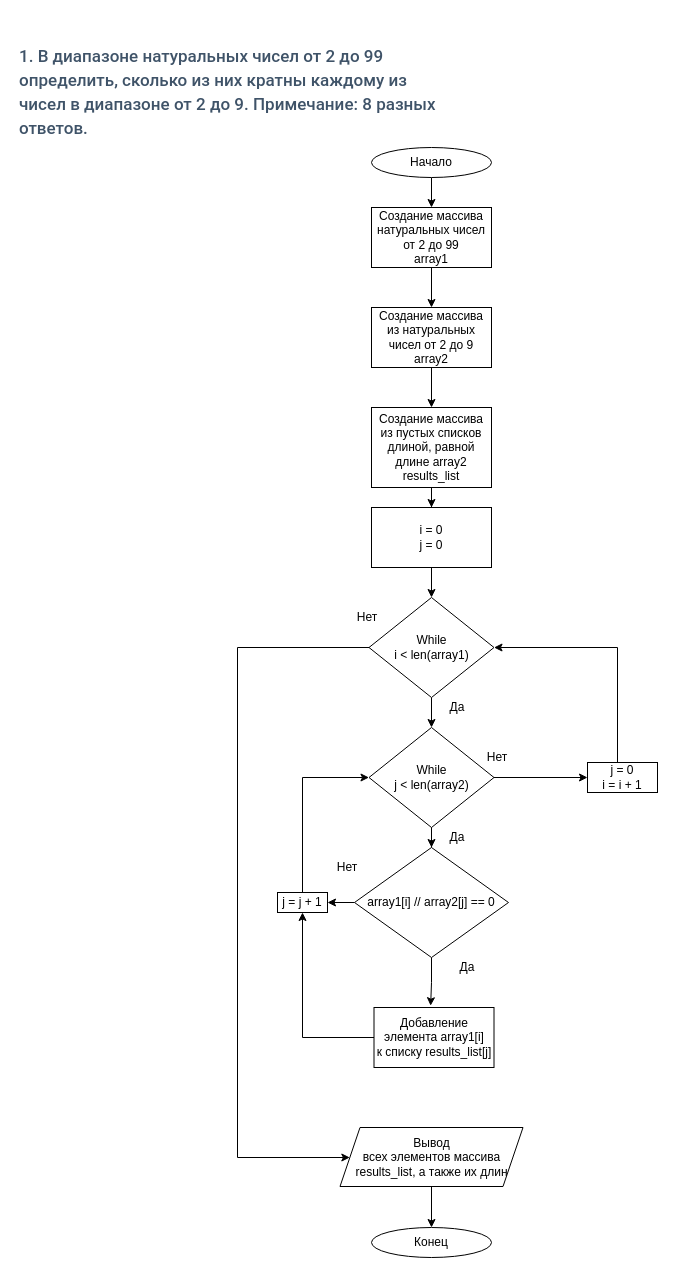
Pavel-Tikhonov/python_algorithms keeps this draw.io diagram as page "Page-1" (1 of 4) of lesson3.drawio. Above is the earlier version. Source tidied: cells renumbered, new cells numbered last; positions are measured from the earlier drawing's top-left corner, leaving out a move shared by most shapes. Both pictures are drawn from the tidied source at 100%, with x=0, y=0 at pixel (17, 17).
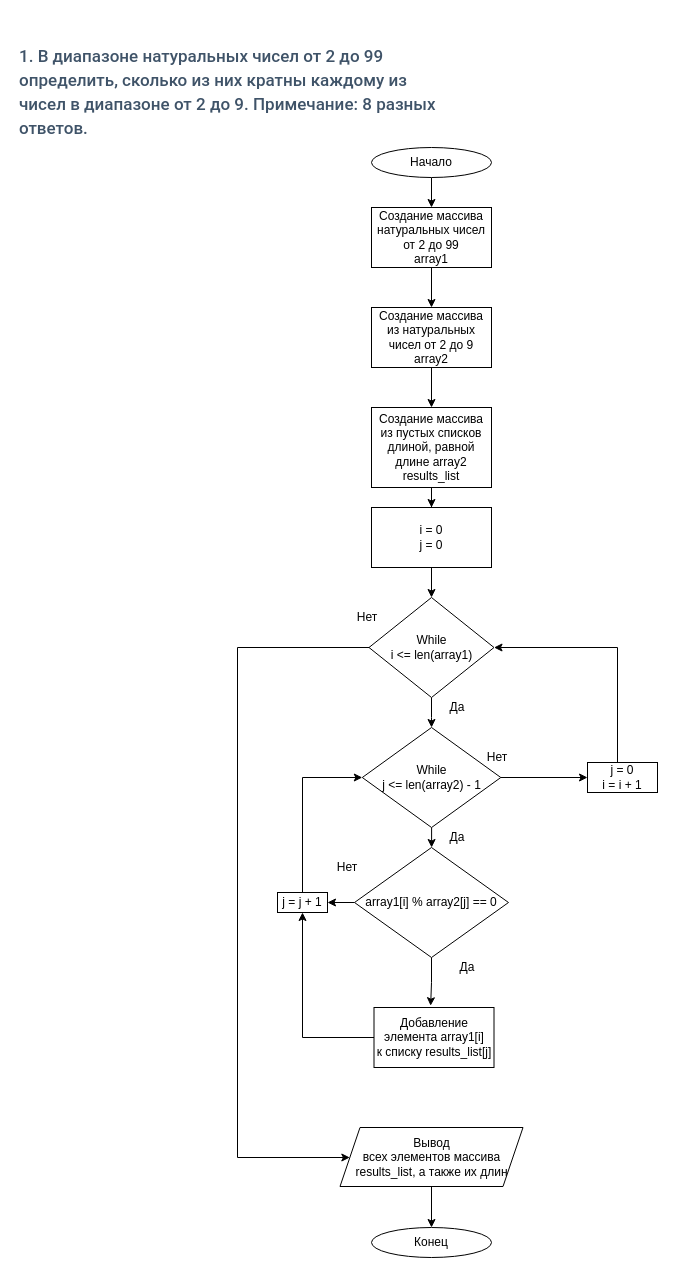
Above is the later version.

Change to the diagram source:
```diff
@@
-    <mxCell id="11" value="While &lt;br&gt;i &amp;lt; len(array1)" style="rhombus;whiteSpace=wrap;html=1;" parent="1" vertex="1">
+    <mxCell id="11" value="While &lt;br&gt;i &amp;lt;= len(array1)" style="rhombus;whiteSpace=wrap;html=1;" parent="1" vertex="1">
       <mxGeometry x="351.5" y="580" width="125" height="100" as="geometry" />
     </mxCell>
@@
-    <mxCell id="18" value="While &lt;br&gt;j &amp;lt; len(array2)" style="rhombus;whiteSpace=wrap;html=1;" parent="1" vertex="1">
-      <mxGeometry x="351.5" y="710" width="125" height="100" as="geometry" />
+    <mxCell id="18" value="While &lt;br&gt;j &amp;lt;= len(array2) - 1" style="rhombus;whiteSpace=wrap;html=1;" parent="1" vertex="1">
+      <mxGeometry x="344.8" y="710" width="138.5" height="100" as="geometry" />
     </mxCell>
@@
-    <mxCell id="23" value="array1[i] // array2[j] == 0" style="rhombus;whiteSpace=wrap;html=1;" parent="1" vertex="1">
+    <mxCell id="23" value="array1[i] % array2[j] == 0" style="rhombus;whiteSpace=wrap;html=1;" parent="1" vertex="1">
       <mxGeometry x="337" y="830" width="154" height="110" as="geometry" />
     </mxCell>
```
